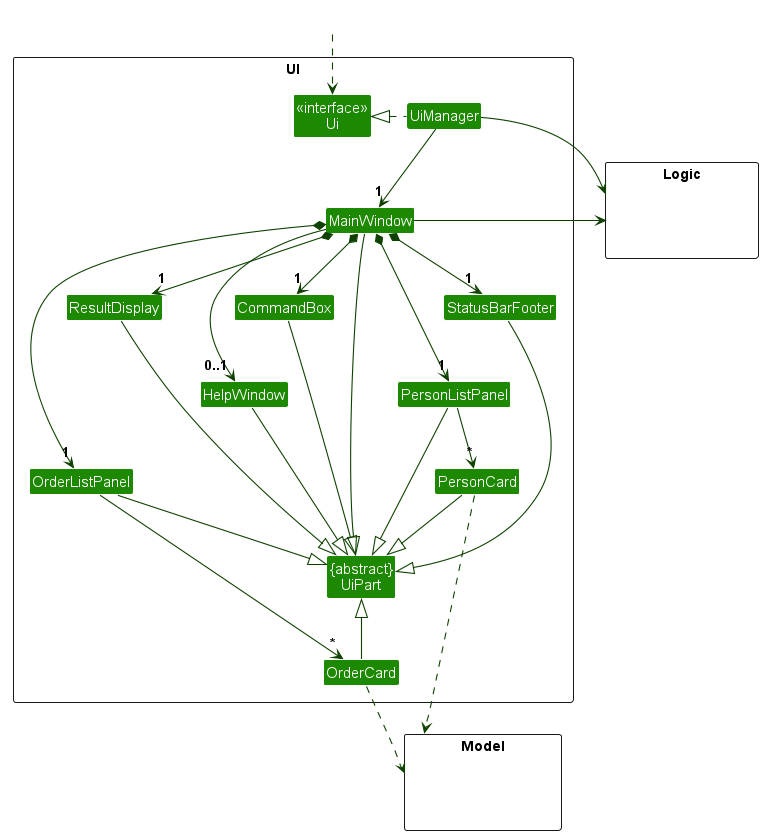
Above: docs/images/UiClassDiagram.png in shavonneg/tp (PlantUML), before the change. The source it was exported from:
```plantuml
@startuml
!include style.puml
skinparam arrowThickness 1.1
skinparam arrowColor UI_COLOR_T4
skinparam classBackgroundColor UI_COLOR

package UI <<Rectangle>>{
Class "<<interface>>\nUi" as Ui
Class "{abstract}\nUiPart" as UiPart
Class UiManager
Class MainWindow
Class HelpWindow
Class ResultDisplay
Class PersonListPanel
Class OrderListPanel
Class PersonCard
Class StatusBarFooter
Class CommandBox
Class OrderCard
}

package Model <<Rectangle>> {
Class HiddenModel #FFFFFF
}

package Logic <<Rectangle>> {
Class HiddenLogic #FFFFFF
}

Class HiddenOutside #FFFFFF
HiddenOutside ..> Ui

UiManager .left.|> Ui
UiManager -down-> "1" MainWindow
MainWindow *-down->  "1" CommandBox
MainWindow *-down-> "1" ResultDisplay
MainWindow *-down-> "1" PersonListPanel
MainWindow *-down-> "1" StatusBarFooter
MainWindow *-down-> "1" OrderListPanel
MainWindow --> "0..1" HelpWindow

PersonListPanel -down-> "*" PersonCard
OrderListPanel -down-> "*" OrderCard

MainWindow -left-|> UiPart

ResultDisplay --|> UiPart
CommandBox --|> UiPart
PersonListPanel --|> UiPart
PersonCard --|> UiPart
StatusBarFooter --|> UiPart
HelpWindow --|> UiPart
OrderListPanel --|> UiPart
OrderCard -up-|> UiPart

PersonCard ..> Model
OrderCard ..> Model
UiManager -right-> Logic
MainWindow -left-> Logic

PersonListPanel -[hidden]left- HelpWindow
HelpWindow -[hidden]up-> CommandBox
CommandBox -[hidden]left- ResultDisplay
ResultDisplay -[hidden]left- StatusBarFooter

MainWindow -[hidden]up-|> UiPart
@enduml
```
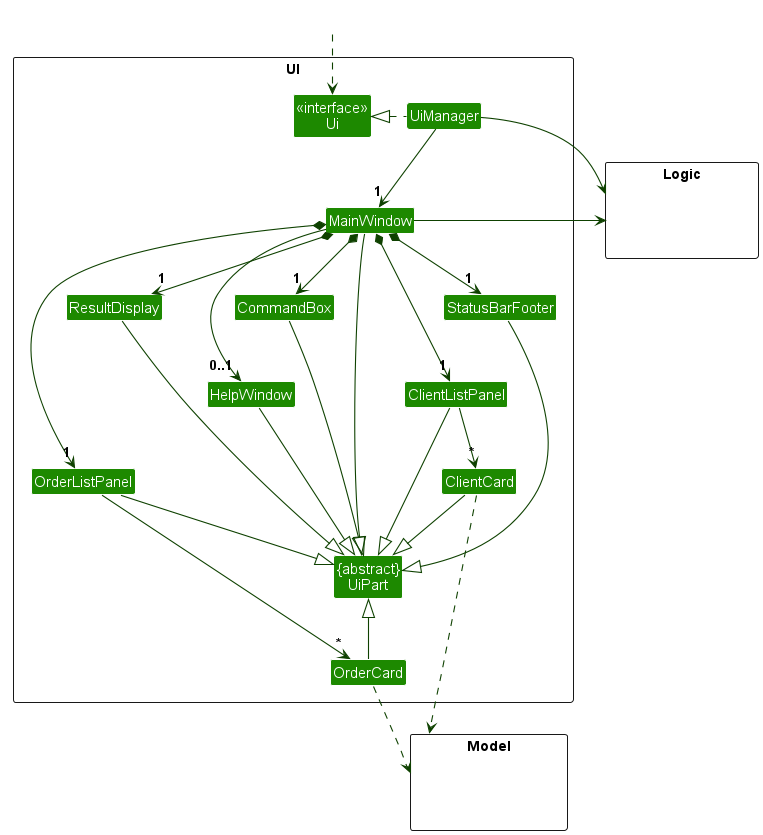
Later version of the same file.

Change to the diagram source:
```diff
@@ -11,9 +11,9 @@
 Class MainWindow
 Class HelpWindow
 Class ResultDisplay
-Class PersonListPanel
+Class ClientListPanel
 Class OrderListPanel
-Class PersonCard
+Class ClientCard
 Class StatusBarFooter
 Class CommandBox
 Class OrderCard
@@ -34,31 +34,31 @@
 UiManager -down-> "1" MainWindow
 MainWindow *-down->  "1" CommandBox
 MainWindow *-down-> "1" ResultDisplay
-MainWindow *-down-> "1" PersonListPanel
+MainWindow *-down-> "1" ClientListPanel
 MainWindow *-down-> "1" StatusBarFooter
 MainWindow *-down-> "1" OrderListPanel
 MainWindow --> "0..1" HelpWindow
 
-PersonListPanel -down-> "*" PersonCard
+ClientListPanel -down-> "*" ClientCard
 OrderListPanel -down-> "*" OrderCard
 
 MainWindow -left-|> UiPart
 
 ResultDisplay --|> UiPart
 CommandBox --|> UiPart
-PersonListPanel --|> UiPart
-PersonCard --|> UiPart
+ClientListPanel --|> UiPart
+ClientCard --|> UiPart
 StatusBarFooter --|> UiPart
 HelpWindow --|> UiPart
 OrderListPanel --|> UiPart
 OrderCard -up-|> UiPart
 
-PersonCard ..> Model
+ClientCard ..> Model
 OrderCard ..> Model
 UiManager -right-> Logic
 MainWindow -left-> Logic
 
-PersonListPanel -[hidden]left- HelpWindow
+ClientListPanel -[hidden]left- HelpWindow
 HelpWindow -[hidden]up-> CommandBox
 CommandBox -[hidden]left- ResultDisplay
 ResultDisplay -[hidden]left- StatusBarFooter
```
